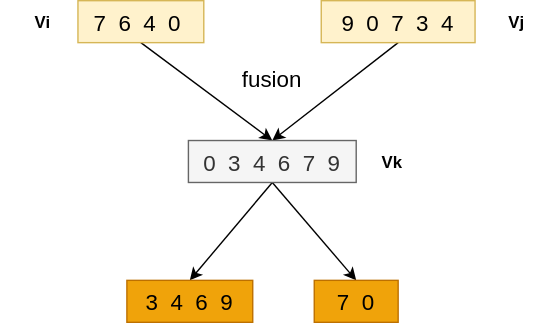
This is diagram.svg from MapleFv/diagrams, a draw.io export, as it was before one commit. Source tidied: cells renumbered, new cells last; positions are measured from the earlier drawing's top-left corner, leaving out a move shared by most shapes.
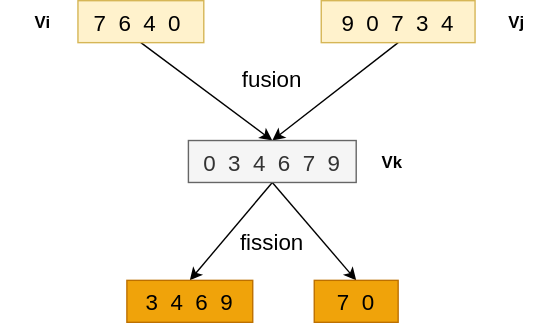
After the commit.

What changed in the source:
```diff
@@ -41,5 +41,8 @@
     <mxCell id="14" value="7  0" style="rounded=0;strokeWidth=1;fontSize=16;fillColor=#f0a30a;fontColor=#000000;strokeColor=#BD7000;" parent="1" vertex="1">
       <mxGeometry x="224" y="200" width="60" height="30" as="geometry" />
     </mxCell>
+    <mxCell id="15" value="fission" style="text;strokeColor=none;fillColor=none;align=center;verticalAlign=middle;rounded=0;fontSize=16;" parent="1" vertex="1">
+      <mxGeometry x="164" y="157" width="60" height="30" as="geometry" />
+    </mxCell>
   </root>
 </mxGraphModel>
```
